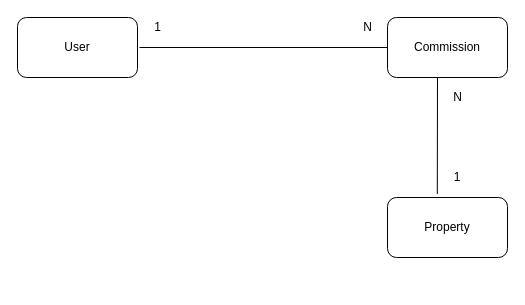
Before: docs/bd-model.drawio in caiosales35/brokers-app, a draw.io diagram. Source tidied: cells renumbered, new cells numbered last; positions are measured from the earlier drawing's top-left corner, leaving out a move shared by most shapes. Both pictures are drawn from the tidied source at 100%, with x=0, y=0 at pixel (17, 17).
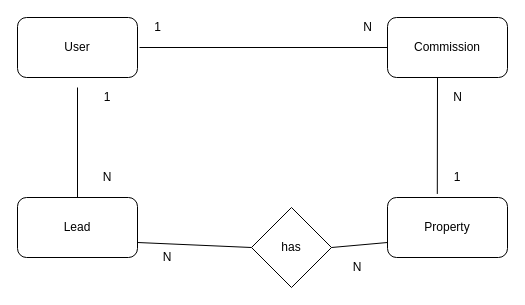
After the change.

Commit message (it also covers changes not shown here):
reafct: database to use lead model

Unchanged cells that the change refers to:
```xml
<mxCell id="7" value="Property" style="rounded=1;whiteSpace=wrap;html=1;" parent="1" vertex="1">
  <mxGeometry x="370" y="180" width="120" height="60" as="geometry" />
</mxCell>
```

Diff of the diagram source:
```diff
@@
+    <mxCell id="11" value="Lead" style="rounded=1;whiteSpace=wrap;html=1;" parent="1" vertex="1">
+      <mxGeometry y="180" width="120" height="60" as="geometry" />
+    </mxCell>
+    <mxCell id="12" style="endArrow=none;html=1;" parent="1" edge="1" source="11">
+      <mxGeometry relative="1" as="geometry">
+        <mxPoint x="60" y="70" as="targetPoint" />
+      </mxGeometry>
+    </mxCell>
+    <mxCell id="13" value="1" style="text;html=1;strokeColor=none;fillColor=none;align=center;verticalAlign=middle;whiteSpace=wrap;rounded=0;" parent="1" vertex="1">
+      <mxGeometry x="70" y="70" width="40" height="20" as="geometry" />
+    </mxCell>
+    <mxCell id="14" value="N" style="text;html=1;strokeColor=none;fillColor=none;align=center;verticalAlign=middle;whiteSpace=wrap;rounded=0;" parent="1" vertex="1">
+      <mxGeometry x="70" y="150" width="40" height="20" as="geometry" />
+    </mxCell>
+    <mxCell id="15" style="endArrow=none;html=1;exitX=1;exitY=0.75;exitDx=0;exitDy=0;entryX=0;entryY=0.5;entryDx=0;entryDy=0;" parent="1" edge="1" source="11" target="18">
+      <mxGeometry relative="1" as="geometry" />
+    </mxCell>
+    <mxCell id="16" value="N" style="text;html=1;strokeColor=none;fillColor=none;align=center;verticalAlign=middle;whiteSpace=wrap;rounded=0;" parent="1" vertex="1">
+      <mxGeometry x="320" y="240" width="40" height="20" as="geometry" />
+    </mxCell>
+    <mxCell id="17" value="N" style="text;html=1;strokeColor=none;fillColor=none;align=center;verticalAlign=middle;whiteSpace=wrap;rounded=0;rotation=0;" parent="1" vertex="1">
+      <mxGeometry x="130" y="230" width="40" height="20" as="geometry" />
+    </mxCell>
+    <mxCell id="18" value="has" style="rhombus;whiteSpace=wrap;html=1;" parent="1" vertex="1">
+      <mxGeometry x="234" y="190" width="80" height="80" as="geometry" />
+    </mxCell>
+    <mxCell id="19" style="endArrow=none;html=1;exitX=1;exitY=0.5;exitDx=0;exitDy=0;entryX=0;entryY=0.75;entryDx=0;entryDy=0;" parent="1" edge="1" source="18" target="7">
+      <mxGeometry relative="1" as="geometry" />
+    </mxCell>
```
